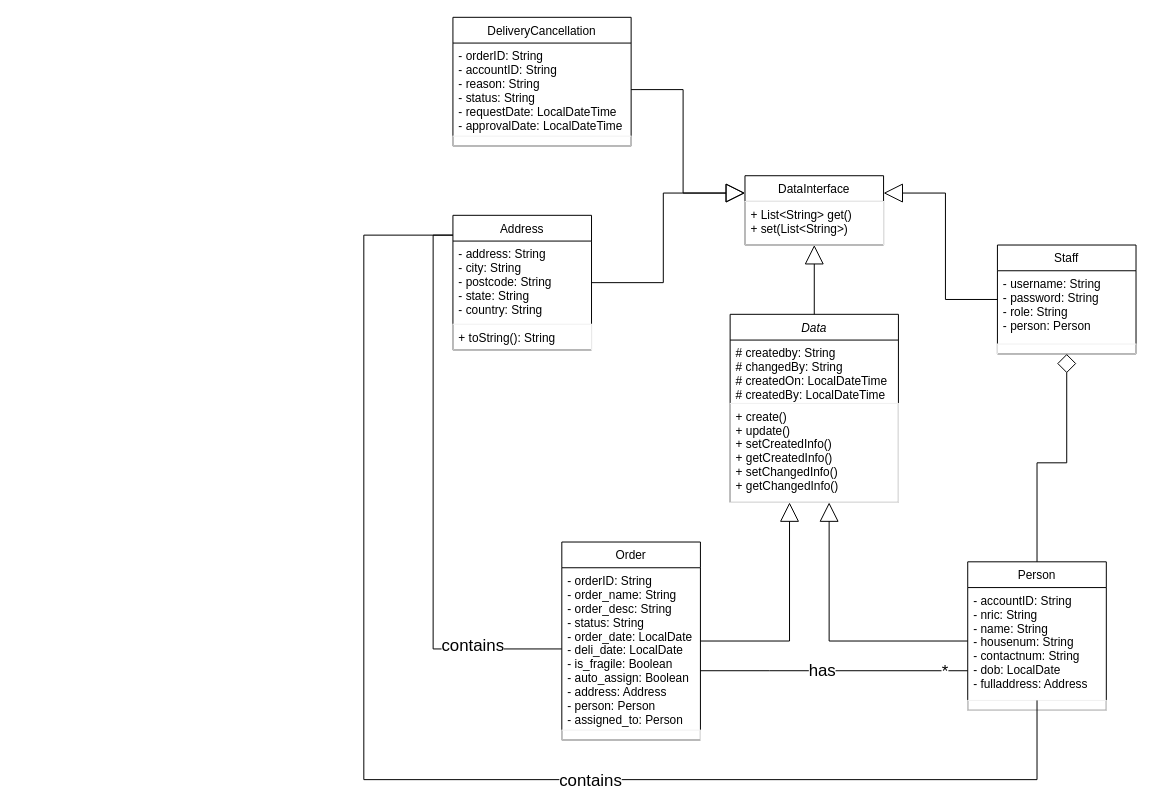
Before: Class Diagram.drawio in orbulant/CourierServiceSystem, a draw.io diagram. Source tidied: cells renumbered, new cells numbered last; positions are measured from the earlier drawing's top-left corner, leaving out a move shared by most shapes. Both pictures are drawn from the tidied source at 99%, with x=0, y=0 at pixel (363, 17).
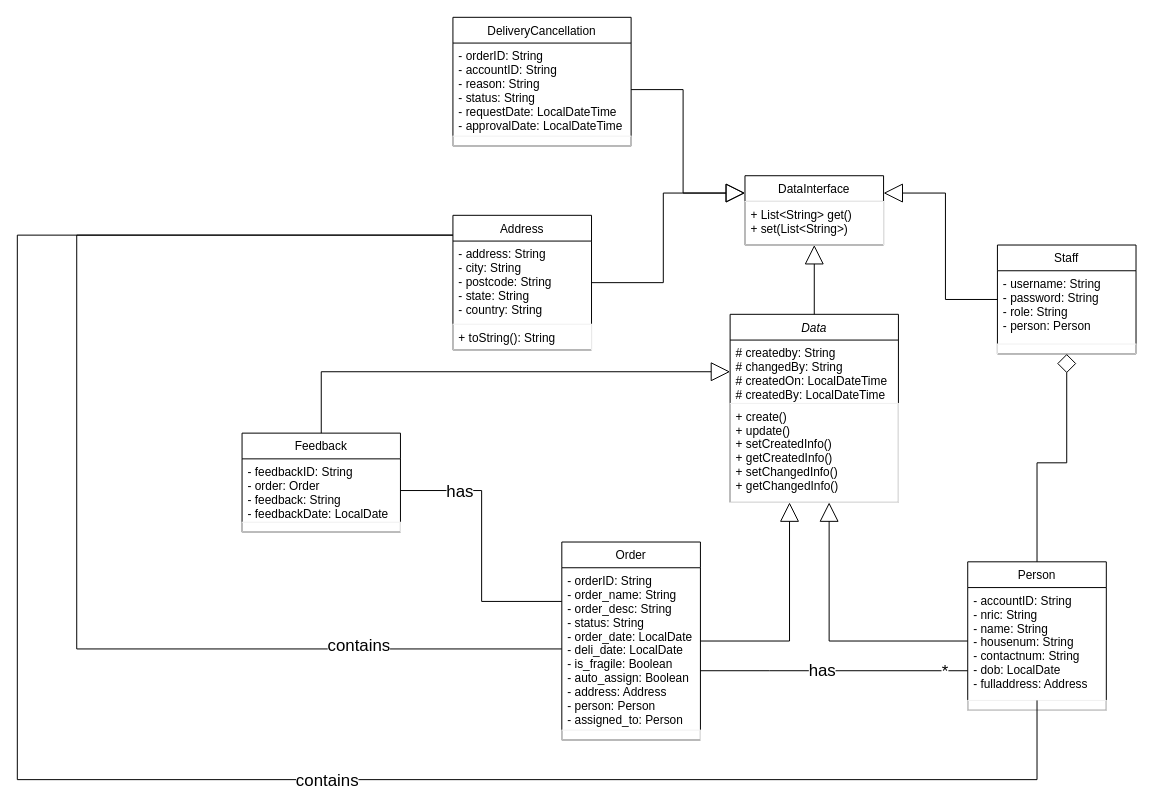
Above is the later version.

The change refers to these unchanged cells:
```xml
<mxCell id="4" value="# createdby: String&#10;# changedBy: String&#10;# createdOn: LocalDateTime&#10;# createdBy: LocalDateTime&#10;" style="text;strokeColor=none;fillColor=none;align=left;verticalAlign=top;spacingLeft=4;spacingRight=4;overflow=hidden;points=[[0,0.5],[1,0.5]];portConstraint=eastwest;" parent="3" vertex="1">
  <mxGeometry y="26" width="170" height="64" as="geometry" />
</mxCell>
<mxCell id="8" value="Address" style="swimlane;fontStyle=0;horizontal=1;startSize=26;fillColor=none;" parent="1" vertex="1">
  <mxGeometry x="90" y="200" width="140" height="136" as="geometry" />
</mxCell>
<mxCell id="18" value="- accountID: String&#10;- nric: String&#10;- name: String&#10;- housenum: String&#10;- contactnum: String&#10;- dob: LocalDate&#10;- fulladdress: Address&#10;" style="text;strokeColor=none;fillColor=none;align=left;verticalAlign=top;spacingLeft=4;spacingRight=4;overflow=hidden;points=[[0,0.5],[1,0.5]];portConstraint=eastwest;" parent="17" vertex="1">
  <mxGeometry y="26" width="140" height="114" as="geometry" />
</mxCell>
<mxCell id="25" value="- orderID: String&#10;- order_name: String&#10;- order_desc: String&#10;- status: String&#10;- order_date: LocalDate&#10;- deli_date: LocalDate&#10;- is_fragile: Boolean&#10;- auto_assign: Boolean&#10;- address: Address&#10;- person: Person&#10;- assigned_to: Person&#10;" style="text;strokeColor=none;fillColor=none;align=left;verticalAlign=top;spacingLeft=4;spacingRight=4;overflow=hidden;points=[[0,0.5],[1,0.5]];portConstraint=eastwest;" parent="24" vertex="1">
  <mxGeometry y="26" width="140" height="164" as="geometry" />
</mxCell>
```

What changed in the source:
```diff
@@
     <mxCell id="29" style="edgeStyle=orthogonalEdgeStyle;rounded=0;jettySize=auto;html=1;entryX=0;entryY=0.147;entryDx=0;entryDy=0;entryPerimeter=0;startSize=17;endArrow=none;endFill=0;endSize=17;" parent="1" edge="1" source="25" target="8">
-      <mxGeometry relative="1" as="geometry" />
+      <mxGeometry relative="1" as="geometry">
+        <Array as="points">
+          <mxPoint x="-290" y="638" />
+          <mxPoint x="-290" y="220" />
+        </Array>
+      </mxGeometry>
     </mxCell>
@@
     <mxCell id="31" style="edgeStyle=orthogonalEdgeStyle;rounded=0;jettySize=auto;html=1;startSize=17;endArrow=none;endFill=0;endSize=17;" parent="1" edge="1" source="18">
       <mxGeometry relative="1" as="geometry">
         <mxPoint x="90" y="220" as="targetPoint" />
         <Array as="points">
           <mxPoint x="680" y="770" />
-          <mxPoint y="770" />
-          <mxPoint y="220" />
+          <mxPoint x="-350" y="770" />
+          <mxPoint x="-350" y="220" />
         </Array>
       </mxGeometry>
     </mxCell>
@@
+    <mxCell id="36" style="edgeStyle=orthogonalEdgeStyle;rounded=0;jettySize=auto;html=1;entryX=0;entryY=0.5;entryDx=0;entryDy=0;endArrow=block;endFill=0;endSize=17;" parent="1" edge="1" source="37" target="4">
+      <mxGeometry relative="1" as="geometry" />
+    </mxCell>
+    <mxCell id="37" value="Feedback" style="swimlane;fontStyle=0;horizontal=1;startSize=26;fillColor=none;" parent="1" vertex="1">
+      <mxGeometry x="-123" y="420" width="160" height="100" as="geometry" />
+    </mxCell>
+    <mxCell id="38" value="- feedbackID: String&#10;- order: Order&#10;- feedback: String&#10;- feedbackDate: LocalDate&#10;" style="text;strokeColor=none;fillColor=none;align=left;verticalAlign=top;spacingLeft=4;spacingRight=4;overflow=hidden;points=[[0,0.5],[1,0.5]];portConstraint=eastwest;" parent="37" vertex="1">
+      <mxGeometry y="26" width="160" height="64" as="geometry" />
+    </mxCell>
+    <mxCell id="39" style="text;fillColor=none;align=left;verticalAlign=top;spacingLeft=4;spacingRight=4;overflow=hidden;strokeColor=#f0f0f0;" parent="37" vertex="1">
+      <mxGeometry y="90" width="160" height="10" as="geometry" />
+    </mxCell>
+    <mxCell id="40" style="edgeStyle=orthogonalEdgeStyle;rounded=0;jettySize=auto;html=1;entryX=1;entryY=0.5;entryDx=0;entryDy=0;endArrow=none;endFill=0;" parent="1" edge="1" source="25" target="38">
+      <mxGeometry relative="1" as="geometry">
+        <Array as="points">
+          <mxPoint x="119" y="590" />
+          <mxPoint x="119" y="478" />
+        </Array>
+      </mxGeometry>
+    </mxCell>
+    <mxCell id="41" value="has" style="edgeLabel;html=1;align=center;verticalAlign=middle;fontSize=17;" parent="40" vertex="1">
+      <mxGeometry x="0.57" y="1" relative="1" as="geometry" />
+    </mxCell>
```
